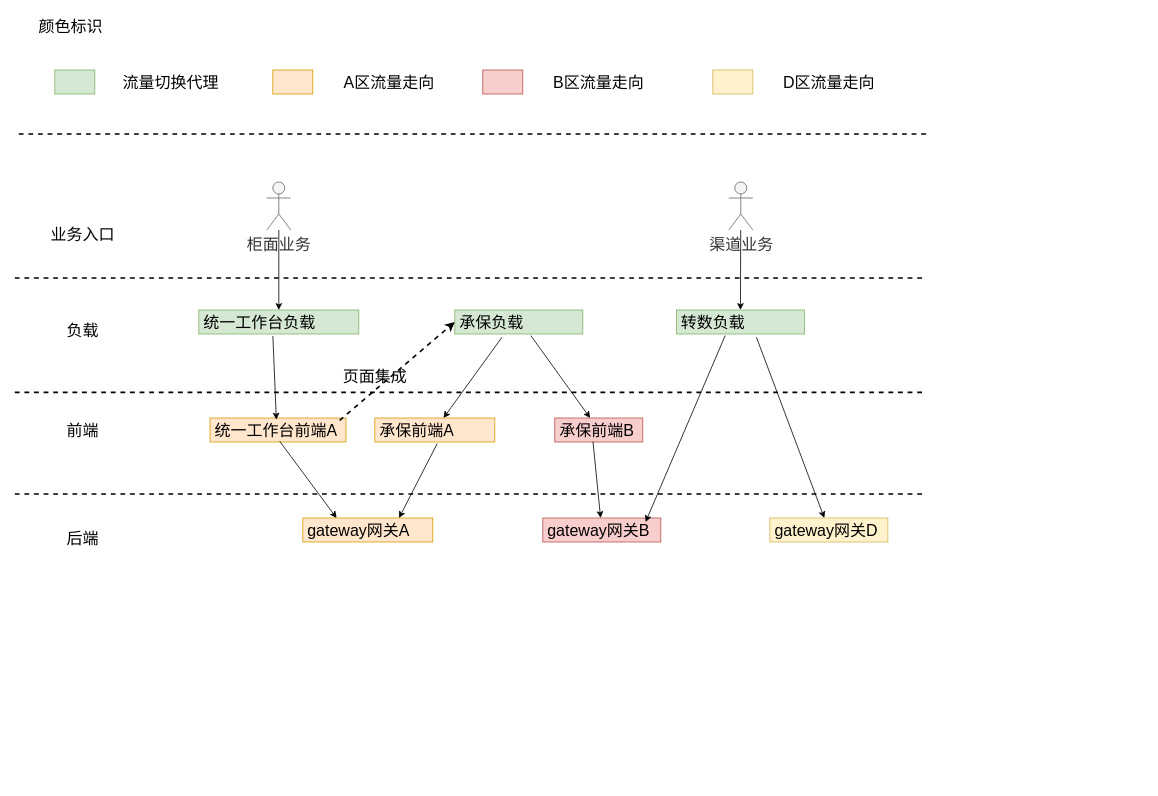
This is page "第 1 页" (1 of 6) of 网关代理架构图.drawio from java-zengguang/images, a draw.io file, before an edit. Source tidied: cells renumbered, new cells numbered last; positions are measured from the earlier drawing's top-left corner, leaving out a move shared by most shapes. Both pictures are drawn from the tidied source at 80%, with x=0, y=0 at pixel (14, 14).
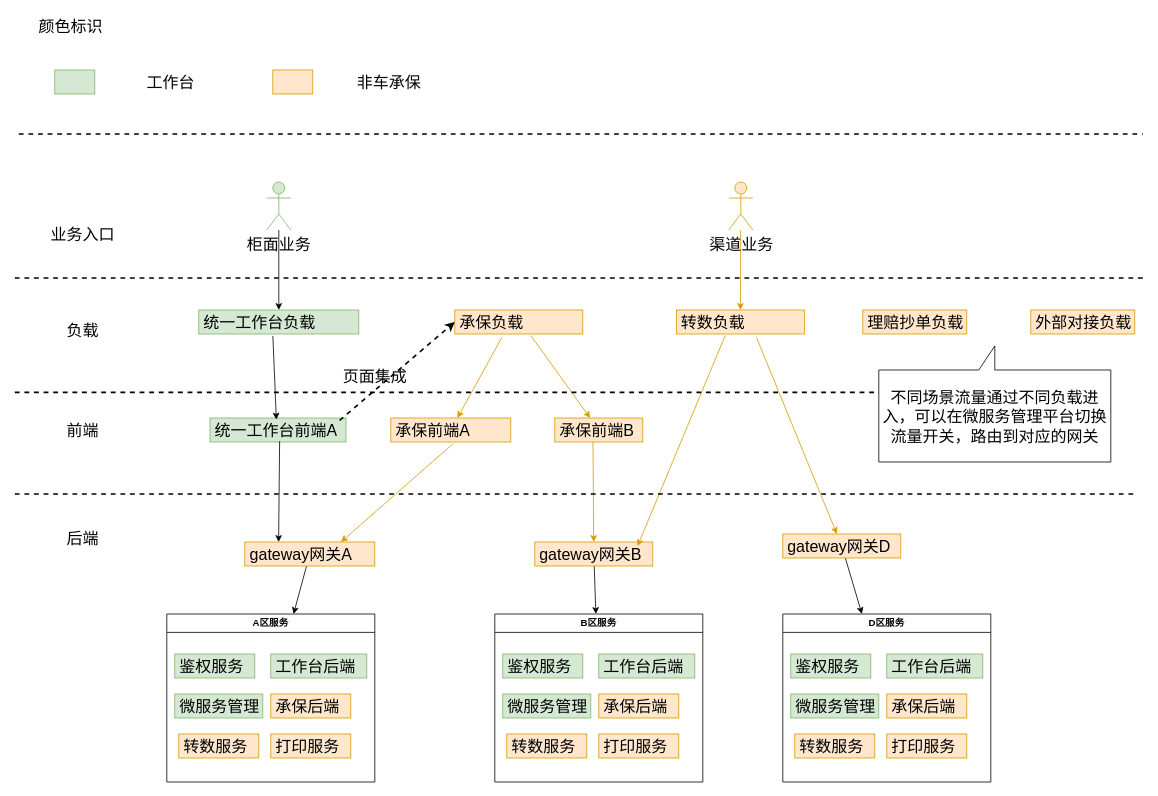
The same diagram, later.

Commit message:
更新网关代理架构图.drawio

The edit, as a diff of the source:
```diff
@@
-    <mxCell id="3" value="&lt;font style=&quot;font-size: 20px;&quot;&gt;统一工作台前端A&lt;/font&gt;" style="text;strokeColor=#d79b00;fillColor=#ffe6cc;align=left;verticalAlign=middle;spacingLeft=4;spacingRight=4;overflow=hidden;points=[[0,0.5],[1,0.5]];portConstraint=eastwest;whiteSpace=wrap;html=1;" parent="1" vertex="1">
+    <mxCell id="3" value="&lt;font style=&quot;font-size: 20px;&quot;&gt;统一工作台前端A&lt;/font&gt;" style="text;strokeColor=#82b366;fillColor=#d5e8d4;align=left;verticalAlign=middle;spacingLeft=4;spacingRight=4;overflow=hidden;points=[[0,0.5],[1,0.5]];portConstraint=eastwest;whiteSpace=wrap;html=1;" parent="1" vertex="1">
       <mxGeometry x="244" y="505" width="170" height="30" as="geometry" />
     </mxCell>
@@
-    <mxCell id="5" value="&lt;font style=&quot;font-size: 20px;&quot;&gt;承保负载&lt;/font&gt;" style="text;strokeColor=#82b366;fillColor=#d5e8d4;align=left;verticalAlign=middle;spacingLeft=4;spacingRight=4;overflow=hidden;points=[[0,0.5],[1,0.5]];portConstraint=eastwest;whiteSpace=wrap;html=1;" parent="1" vertex="1">
+    <mxCell id="5" value="&lt;font style=&quot;font-size: 20px;&quot;&gt;承保负载&lt;/font&gt;" style="text;strokeColor=#d79b00;fillColor=#ffe6cc;align=left;verticalAlign=middle;spacingLeft=4;spacingRight=4;overflow=hidden;points=[[0,0.5],[1,0.5]];portConstraint=eastwest;whiteSpace=wrap;html=1;" parent="1" vertex="1">
       <mxGeometry x="550" y="370" width="160" height="30" as="geometry" />
     </mxCell>
     <mxCell id="6" value="&lt;font style=&quot;font-size: 20px;&quot;&gt;承保前端A&lt;/font&gt;" style="text;strokeColor=#d79b00;fillColor=#ffe6cc;align=left;verticalAlign=middle;spacingLeft=4;spacingRight=4;overflow=hidden;points=[[0,0.5],[1,0.5]];portConstraint=eastwest;whiteSpace=wrap;html=1;" parent="1" vertex="1">
-      <mxGeometry x="450" y="505" width="150" height="30" as="geometry" />
+      <mxGeometry x="470" y="505" width="150" height="30" as="geometry" />
     </mxCell>
-    <mxCell id="7" value="&lt;font style=&quot;font-size: 20px;&quot;&gt;承保前端B&lt;/font&gt;" style="text;strokeColor=#b85450;fillColor=#f8cecc;align=left;verticalAlign=middle;spacingLeft=4;spacingRight=4;overflow=hidden;points=[[0,0.5],[1,0.5]];portConstraint=eastwest;whiteSpace=wrap;html=1;" parent="1" vertex="1">
+    <mxCell id="7" value="&lt;font style=&quot;font-size: 20px;&quot;&gt;承保前端B&lt;/font&gt;" style="text;strokeColor=#d79b00;fillColor=#ffe6cc;align=left;verticalAlign=middle;spacingLeft=4;spacingRight=4;overflow=hidden;points=[[0,0.5],[1,0.5]];portConstraint=eastwest;whiteSpace=wrap;html=1;" parent="1" vertex="1">
       <mxGeometry x="675" y="505" width="110" height="30" as="geometry" />
     </mxCell>
+    <mxCell id="43" style="rounded=0;jettySize=auto;html=1;" parent="1" edge="1" source="8" target="46">
+      <mxGeometry relative="1" as="geometry" />
+    </mxCell>
     <mxCell id="8" value="&lt;font style=&quot;font-size: 20px;&quot;&gt;gateway网关A&lt;/font&gt;" style="text;strokeColor=#d79b00;fillColor=#ffe6cc;align=left;verticalAlign=middle;spacingLeft=4;spacingRight=4;overflow=hidden;points=[[0,0.5],[1,0.5]];portConstraint=eastwest;whiteSpace=wrap;html=1;" parent="1" vertex="1">
-      <mxGeometry x="360" y="630" width="162.5" height="30" as="geometry" />
+      <mxGeometry x="287.5" y="660" width="162.5" height="30" as="geometry" />
     </mxCell>
+    <mxCell id="44" style="rounded=0;jettySize=auto;html=1;" parent="1" edge="1" source="9" target="53">
+      <mxGeometry relative="1" as="geometry" />
+    </mxCell>
-    <mxCell id="9" value="&lt;font style=&quot;font-size: 20px;&quot;&gt;gateway网关B&lt;/font&gt;" style="text;strokeColor=#b85450;fillColor=#f8cecc;align=left;verticalAlign=middle;spacingLeft=4;spacingRight=4;overflow=hidden;points=[[0,0.5],[1,0.5]];portConstraint=eastwest;whiteSpace=wrap;html=1;" parent="1" vertex="1">
-      <mxGeometry x="660" y="630" width="147.5" height="30" as="geometry" />
+    <mxCell id="9" value="&lt;font style=&quot;font-size: 20px;&quot;&gt;gateway网关B&lt;/font&gt;" style="text;strokeColor=#d79b00;fillColor=#ffe6cc;align=left;verticalAlign=middle;spacingLeft=4;spacingRight=4;overflow=hidden;points=[[0,0.5],[1,0.5]];portConstraint=eastwest;whiteSpace=wrap;html=1;" parent="1" vertex="1">
+      <mxGeometry x="650" y="660" width="147.5" height="30" as="geometry" />
     </mxCell>
@@
-    <mxCell id="11" style="endArrow=classic;html=1;rounded=0;entryX=0.74;entryY=0;entryDx=0;entryDy=0;entryPerimeter=0;exitX=0.52;exitY=1.067;exitDx=0;exitDy=0;exitPerimeter=0;" parent="1" edge="1" source="6" target="8">
+    <mxCell id="11" style="endArrow=classic;html=1;rounded=0;entryX=0.74;entryY=0;entryDx=0;entryDy=0;entryPerimeter=0;exitX=0.52;exitY=1.067;exitDx=0;exitDy=0;exitPerimeter=0;fillColor=#ffe6cc;strokeColor=#d79b00;" parent="1" edge="1" source="6" target="8">
       <mxGeometry relative="1" as="geometry" />
     </mxCell>
-    <mxCell id="12" style="endArrow=classic;html=1;rounded=0;exitX=0.434;exitY=0.982;exitDx=0;exitDy=0;exitPerimeter=0;" parent="1" edge="1" source="7" target="9">
+    <mxCell id="12" style="endArrow=classic;html=1;rounded=0;exitX=0.434;exitY=0.982;exitDx=0;exitDy=0;exitPerimeter=0;fillColor=#ffe6cc;strokeColor=#d79b00;" parent="1" edge="1" source="7" target="9">
       <mxGeometry relative="1" as="geometry" />
     </mxCell>
@@
-    <mxCell id="14" value="&lt;font style=&quot;font-size: 20px;&quot;&gt;流量切换代理&lt;/font&gt;" style="text;html=1;align=center;verticalAlign=middle;whiteSpace=wrap;rounded=0;" parent="1" vertex="1">
+    <mxCell id="14" value="&lt;font style=&quot;font-size: 20px;&quot;&gt;工作台&lt;/font&gt;" style="text;html=1;align=center;verticalAlign=middle;whiteSpace=wrap;rounded=0;" parent="1" vertex="1">
       <mxGeometry x="125" y="70" width="140" height="30" as="geometry" />
     </mxCell>
-    <mxCell id="15" style="rounded=0;whiteSpace=wrap;html=1;fillColor=#f8cecc;strokeColor=#b85450;" parent="1" vertex="1">
-      <mxGeometry x="585" y="70" width="50" height="30" as="geometry" />
-    </mxCell>
-    <mxCell id="16" value="&lt;font style=&quot;font-size: 20px;&quot;&gt;B区流量走向&lt;/font&gt;" style="text;html=1;align=center;verticalAlign=middle;whiteSpace=wrap;rounded=0;" parent="1" vertex="1">
-      <mxGeometry x="660" y="70" width="140" height="30" as="geometry" />
-    </mxCell>
@@
-    <mxCell id="18" value="&lt;font style=&quot;font-size: 20px;&quot;&gt;A区流量走向&lt;/font&gt;" style="text;html=1;align=center;verticalAlign=middle;whiteSpace=wrap;rounded=0;" parent="1" vertex="1">
+    <mxCell id="18" value="&lt;font style=&quot;font-size: 20px;&quot;&gt;非车承保&lt;/font&gt;" style="text;html=1;align=center;verticalAlign=middle;whiteSpace=wrap;rounded=0;" parent="1" vertex="1">
       <mxGeometry x="397.5" y="70" width="140" height="30" as="geometry" />
     </mxCell>
     <mxCell id="19" style="endArrow=none;dashed=1;html=1;rounded=0;strokeWidth=2;" parent="1" edge="1">
       <mxGeometry relative="1" as="geometry">
         <mxPoint x="5" y="150" as="sourcePoint" />
-        <mxPoint x="1140" y="150" as="targetPoint" />
+        <mxPoint x="1410" y="150" as="targetPoint" />
       </mxGeometry>
     </mxCell>
@@
-    <mxCell id="21" value="&lt;span style=&quot;font-size: 20px;&quot;&gt;转数负载&lt;/span&gt;" style="text;strokeColor=#82b366;fillColor=#d5e8d4;align=left;verticalAlign=middle;spacingLeft=4;spacingRight=4;overflow=hidden;points=[[0,0.5],[1,0.5]];portConstraint=eastwest;whiteSpace=wrap;html=1;" parent="1" vertex="1">
+    <mxCell id="21" value="&lt;span style=&quot;font-size: 20px;&quot;&gt;转数负载&lt;/span&gt;" style="text;strokeColor=#d79b00;fillColor=#ffe6cc;align=left;verticalAlign=middle;spacingLeft=4;spacingRight=4;overflow=hidden;points=[[0,0.5],[1,0.5]];portConstraint=eastwest;whiteSpace=wrap;html=1;" parent="1" vertex="1">
       <mxGeometry x="827" y="370" width="160" height="30" as="geometry" />
     </mxCell>
+    <mxCell id="45" style="rounded=0;jettySize=auto;html=1;" parent="1" edge="1" source="22" target="60">
+      <mxGeometry relative="1" as="geometry" />
+    </mxCell>
-    <mxCell id="22" value="&lt;font style=&quot;font-size: 20px;&quot;&gt;gateway网关D&lt;/font&gt;" style="text;strokeColor=#d6b656;fillColor=#fff2cc;align=left;verticalAlign=middle;spacingLeft=4;spacingRight=4;overflow=hidden;points=[[0,0.5],[1,0.5]];portConstraint=eastwest;whiteSpace=wrap;html=1;" parent="1" vertex="1">
-      <mxGeometry x="943.8" y="630" width="147.5" height="30" as="geometry" />
+    <mxCell id="22" value="&lt;font style=&quot;font-size: 20px;&quot;&gt;gateway网关D&lt;/font&gt;" style="text;strokeColor=#d79b00;fillColor=#ffe6cc;align=left;verticalAlign=middle;spacingLeft=4;spacingRight=4;overflow=hidden;points=[[0,0.5],[1,0.5]];portConstraint=eastwest;whiteSpace=wrap;html=1;" parent="1" vertex="1">
+      <mxGeometry x="960" y="650" width="147.5" height="30" as="geometry" />
     </mxCell>
-    <mxCell id="23" style="endArrow=classic;html=1;rounded=0;exitX=0.369;exitY=1.133;exitDx=0;exitDy=0;exitPerimeter=0;" parent="1" edge="1" source="5" target="6">
+    <mxCell id="23" style="endArrow=classic;html=1;rounded=0;exitX=0.369;exitY=1.133;exitDx=0;exitDy=0;exitPerimeter=0;fillColor=#ffe6cc;strokeColor=#d79b00;" parent="1" edge="1" source="5" target="6">
       <mxGeometry relative="1" as="geometry" />
     </mxCell>
-    <mxCell id="24" style="endArrow=classic;html=1;rounded=0;exitX=0.594;exitY=1.067;exitDx=0;exitDy=0;exitPerimeter=0;" parent="1" edge="1" source="5" target="7">
+    <mxCell id="24" style="endArrow=classic;html=1;rounded=0;exitX=0.594;exitY=1.067;exitDx=0;exitDy=0;exitPerimeter=0;fillColor=#ffe6cc;strokeColor=#d79b00;" parent="1" edge="1" source="5" target="7">
       <mxGeometry relative="1" as="geometry" />
     </mxCell>
-    <mxCell id="25" style="endArrow=classic;html=1;rounded=0;exitX=0.381;exitY=1.067;exitDx=0;exitDy=0;exitPerimeter=0;entryX=0.871;entryY=0.167;entryDx=0;entryDy=0;entryPerimeter=0;" parent="1" edge="1" source="21" target="9">
+    <mxCell id="25" style="endArrow=classic;html=1;rounded=0;exitX=0.381;exitY=1.067;exitDx=0;exitDy=0;exitPerimeter=0;entryX=0.871;entryY=0.167;entryDx=0;entryDy=0;entryPerimeter=0;fillColor=#ffe6cc;strokeColor=#d79b00;" parent="1" edge="1" source="21" target="9">
       <mxGeometry relative="1" as="geometry" />
     </mxCell>
-    <mxCell id="26" style="endArrow=classic;html=1;rounded=0;exitX=0.625;exitY=1.133;exitDx=0;exitDy=0;exitPerimeter=0;" parent="1" edge="1" source="21" target="22">
+    <mxCell id="26" style="endArrow=classic;html=1;rounded=0;exitX=0.625;exitY=1.133;exitDx=0;exitDy=0;exitPerimeter=0;fillColor=#ffe6cc;strokeColor=#d79b00;" parent="1" edge="1" source="21" target="22">
       <mxGeometry relative="1" as="geometry" />
     </mxCell>
@@
-    <mxCell id="29" style="rounded=0;whiteSpace=wrap;html=1;fillColor=#fff2cc;strokeColor=#d6b656;" parent="1" vertex="1">
-      <mxGeometry x="872.5" y="70" width="50" height="30" as="geometry" />
-    </mxCell>
-    <mxCell id="30" value="&lt;font style=&quot;font-size: 20px;&quot;&gt;D区流量走向&lt;/font&gt;" style="text;html=1;align=center;verticalAlign=middle;whiteSpace=wrap;rounded=0;" parent="1" vertex="1">
-      <mxGeometry x="947.5" y="70" width="140" height="30" as="geometry" />
-    </mxCell>
@@
-    <mxCell id="33" value="&lt;font style=&quot;font-size: 20px;&quot;&gt;柜面业务&lt;/font&gt;" style="shape=umlActor;verticalLabelPosition=bottom;verticalAlign=top;html=1;outlineConnect=0;fillColor=#f5f5f5;fontColor=#333333;strokeColor=#666666;" parent="1" vertex="1">
+    <mxCell id="33" value="&lt;font style=&quot;font-size: 20px;&quot;&gt;柜面业务&lt;/font&gt;" style="shape=umlActor;verticalLabelPosition=bottom;verticalAlign=top;html=1;outlineConnect=0;fillColor=#d5e8d4;strokeColor=#82b366;" parent="1" vertex="1">
       <mxGeometry x="315" y="210" width="30" height="60" as="geometry" />
     </mxCell>
-    <mxCell id="34" style="rounded=0;jettySize=auto;html=1;" parent="1" edge="1" source="35" target="21">
+    <mxCell id="34" style="rounded=0;jettySize=auto;html=1;fillColor=#ffe6cc;strokeColor=#d79b00;" parent="1" edge="1" source="35" target="21">
       <mxGeometry relative="1" as="geometry" />
     </mxCell>
-    <mxCell id="35" value="&lt;font style=&quot;font-size: 20px;&quot;&gt;渠道业务&lt;/font&gt;" style="shape=umlActor;verticalLabelPosition=bottom;verticalAlign=top;html=1;outlineConnect=0;fillColor=#f5f5f5;fontColor=#333333;strokeColor=#666666;" parent="1" vertex="1">
+    <mxCell id="35" value="&lt;font style=&quot;font-size: 20px;&quot;&gt;渠道业务&lt;/font&gt;" style="shape=umlActor;verticalLabelPosition=bottom;verticalAlign=top;html=1;outlineConnect=0;fillColor=#ffe6cc;strokeColor=#d79b00;" parent="1" vertex="1">
       <mxGeometry x="892.5" y="210" width="30" height="60" as="geometry" />
     </mxCell>
     <mxCell id="36" style="endArrow=none;dashed=1;html=1;rounded=0;strokeWidth=2;" parent="1" edge="1">
       <mxGeometry relative="1" as="geometry">
         <mxPoint y="330" as="sourcePoint" />
-        <mxPoint x="1135" y="330" as="targetPoint" />
+        <mxPoint x="1410" y="330" as="targetPoint" />
       </mxGeometry>
     </mxCell>
@@
     <mxCell id="38" style="endArrow=none;dashed=1;html=1;rounded=0;strokeWidth=2;" parent="1" edge="1">
       <mxGeometry relative="1" as="geometry">
         <mxPoint y="600" as="sourcePoint" />
-        <mxPoint x="1135" y="600" as="targetPoint" />
+        <mxPoint x="1400" y="600" as="targetPoint" />
       </mxGeometry>
     </mxCell>
@@
+    <mxCell id="46" value="A区服务" style="swimlane;whiteSpace=wrap;html=1;" parent="1" vertex="1">
+      <mxGeometry x="190" y="750" width="260" height="210" as="geometry" />
+    </mxCell>
+    <mxCell id="47" value="&lt;font style=&quot;font-size: 20px;&quot;&gt;鉴权服务&lt;br&gt;&lt;/font&gt;" style="text;strokeColor=#82b366;fillColor=#d5e8d4;align=left;verticalAlign=middle;spacingLeft=4;spacingRight=4;overflow=hidden;whiteSpace=wrap;html=1;" parent="46" vertex="1">
+      <mxGeometry x="10" y="50" width="100" height="30" as="geometry" />
+    </mxCell>
+    <mxCell id="48" value="&lt;font style=&quot;font-size: 20px;&quot;&gt;工作台后端&lt;/font&gt;" style="text;strokeColor=#82b366;fillColor=#d5e8d4;align=left;verticalAlign=middle;spacingLeft=4;spacingRight=4;overflow=hidden;whiteSpace=wrap;html=1;" parent="46" vertex="1">
+      <mxGeometry x="130" y="50" width="120" height="30" as="geometry" />
+    </mxCell>
+    <mxCell id="49" value="&lt;font style=&quot;font-size: 20px;&quot;&gt;微服务管理&lt;br&gt;&lt;/font&gt;" style="text;strokeColor=#82b366;fillColor=#d5e8d4;align=left;verticalAlign=middle;spacingLeft=4;spacingRight=4;overflow=hidden;whiteSpace=wrap;html=1;" parent="46" vertex="1">
+      <mxGeometry x="10" y="100" width="110" height="30" as="geometry" />
+    </mxCell>
+    <mxCell id="50" value="&lt;font style=&quot;font-size: 20px;&quot;&gt;承保后端&lt;/font&gt;" style="text;strokeColor=#d79b00;fillColor=#ffe6cc;align=left;verticalAlign=middle;spacingLeft=4;spacingRight=4;overflow=hidden;whiteSpace=wrap;html=1;" parent="46" vertex="1">
+      <mxGeometry x="130" y="100" width="100" height="30" as="geometry" />
+    </mxCell>
+    <mxCell id="51" value="&lt;font style=&quot;font-size: 20px;&quot;&gt;转数服务&lt;br&gt;&lt;/font&gt;" style="text;strokeColor=#d79b00;fillColor=#ffe6cc;align=left;verticalAlign=middle;spacingLeft=4;spacingRight=4;overflow=hidden;whiteSpace=wrap;html=1;" parent="46" vertex="1">
+      <mxGeometry x="15" y="150" width="100" height="30" as="geometry" />
+    </mxCell>
+    <mxCell id="52" value="&lt;font style=&quot;font-size: 20px;&quot;&gt;打印服务&lt;/font&gt;" style="text;strokeColor=#d79b00;fillColor=#ffe6cc;align=left;verticalAlign=middle;spacingLeft=4;spacingRight=4;overflow=hidden;whiteSpace=wrap;html=1;" parent="46" vertex="1">
+      <mxGeometry x="130" y="150" width="100" height="30" as="geometry" />
+    </mxCell>
+    <mxCell id="53" value="B区服务" style="swimlane;whiteSpace=wrap;html=1;" parent="1" vertex="1">
+      <mxGeometry x="600" y="750" width="260" height="210" as="geometry" />
+    </mxCell>
+    <mxCell id="54" value="&lt;font style=&quot;font-size: 20px;&quot;&gt;鉴权服务&lt;br&gt;&lt;/font&gt;" style="text;strokeColor=#82b366;fillColor=#d5e8d4;align=left;verticalAlign=middle;spacingLeft=4;spacingRight=4;overflow=hidden;whiteSpace=wrap;html=1;" parent="53" vertex="1">
+      <mxGeometry x="10" y="50" width="100" height="30" as="geometry" />
+    </mxCell>
+    <mxCell id="55" value="&lt;font style=&quot;font-size: 20px;&quot;&gt;工作台后端&lt;/font&gt;" style="text;strokeColor=#82b366;fillColor=#d5e8d4;align=left;verticalAlign=middle;spacingLeft=4;spacingRight=4;overflow=hidden;whiteSpace=wrap;html=1;" parent="53" vertex="1">
+      <mxGeometry x="130" y="50" width="120" height="30" as="geometry" />
+    </mxCell>
+    <mxCell id="56" value="&lt;font style=&quot;font-size: 20px;&quot;&gt;微服务管理&lt;br&gt;&lt;/font&gt;" style="text;strokeColor=#82b366;fillColor=#d5e8d4;align=left;verticalAlign=middle;spacingLeft=4;spacingRight=4;overflow=hidden;whiteSpace=wrap;html=1;" parent="53" vertex="1">
+      <mxGeometry x="10" y="100" width="110" height="30" as="geometry" />
+    </mxCell>
+    <mxCell id="57" value="&lt;font style=&quot;font-size: 20px;&quot;&gt;承保后端&lt;/font&gt;" style="text;strokeColor=#d79b00;fillColor=#ffe6cc;align=left;verticalAlign=middle;spacingLeft=4;spacingRight=4;overflow=hidden;whiteSpace=wrap;html=1;" parent="53" vertex="1">
+      <mxGeometry x="130" y="100" width="100" height="30" as="geometry" />
+    </mxCell>
+    <mxCell id="58" value="&lt;font style=&quot;font-size: 20px;&quot;&gt;转数服务&lt;br&gt;&lt;/font&gt;" style="text;strokeColor=#d79b00;fillColor=#ffe6cc;align=left;verticalAlign=middle;spacingLeft=4;spacingRight=4;overflow=hidden;whiteSpace=wrap;html=1;" parent="53" vertex="1">
+      <mxGeometry x="15" y="150" width="100" height="30" as="geometry" />
+    </mxCell>
+    <mxCell id="59" value="&lt;font style=&quot;font-size: 20px;&quot;&gt;打印服务&lt;/font&gt;" style="text;strokeColor=#d79b00;fillColor=#ffe6cc;align=left;verticalAlign=middle;spacingLeft=4;spacingRight=4;overflow=hidden;whiteSpace=wrap;html=1;" parent="53" vertex="1">
+      <mxGeometry x="130" y="150" width="100" height="30" as="geometry" />
+    </mxCell>
+    <mxCell id="60" value="D区服务" style="swimlane;whiteSpace=wrap;html=1;" parent="1" vertex="1">
+      <mxGeometry x="960" y="750" width="260" height="210" as="geometry" />
+    </mxCell>
+    <mxCell id="61" value="&lt;font style=&quot;font-size: 20px;&quot;&gt;鉴权服务&lt;br&gt;&lt;/font&gt;" style="text;strokeColor=#82b366;fillColor=#d5e8d4;align=left;verticalAlign=middle;spacingLeft=4;spacingRight=4;overflow=hidden;whiteSpace=wrap;html=1;" parent="60" vertex="1">
+      <mxGeometry x="10" y="50" width="100" height="30" as="geometry" />
+    </mxCell>
+    <mxCell id="62" value="&lt;font style=&quot;font-size: 20px;&quot;&gt;工作台后端&lt;/font&gt;" style="text;strokeColor=#82b366;fillColor=#d5e8d4;align=left;verticalAlign=middle;spacingLeft=4;spacingRight=4;overflow=hidden;whiteSpace=wrap;html=1;" parent="60" vertex="1">
+      <mxGeometry x="130" y="50" width="120" height="30" as="geometry" />
+    </mxCell>
+    <mxCell id="63" value="&lt;font style=&quot;font-size: 20px;&quot;&gt;微服务管理&lt;br&gt;&lt;/font&gt;" style="text;strokeColor=#82b366;fillColor=#d5e8d4;align=left;verticalAlign=middle;spacingLeft=4;spacingRight=4;overflow=hidden;whiteSpace=wrap;html=1;" parent="60" vertex="1">
+      <mxGeometry x="10" y="100" width="110" height="30" as="geometry" />
+    </mxCell>
+    <mxCell id="64" value="&lt;font style=&quot;font-size: 20px;&quot;&gt;承保后端&lt;/font&gt;" style="text;strokeColor=#d79b00;fillColor=#ffe6cc;align=left;verticalAlign=middle;spacingLeft=4;spacingRight=4;overflow=hidden;whiteSpace=wrap;html=1;" parent="60" vertex="1">
+      <mxGeometry x="130" y="100" width="100" height="30" as="geometry" />
+    </mxCell>
+    <mxCell id="65" value="&lt;font style=&quot;font-size: 20px;&quot;&gt;转数服务&lt;br&gt;&lt;/font&gt;" style="text;strokeColor=#d79b00;fillColor=#ffe6cc;align=left;verticalAlign=middle;spacingLeft=4;spacingRight=4;overflow=hidden;whiteSpace=wrap;html=1;" parent="60" vertex="1">
+      <mxGeometry x="15" y="150" width="100" height="30" as="geometry" />
+    </mxCell>
+    <mxCell id="66" value="&lt;font style=&quot;font-size: 20px;&quot;&gt;打印服务&lt;/font&gt;" style="text;strokeColor=#d79b00;fillColor=#ffe6cc;align=left;verticalAlign=middle;spacingLeft=4;spacingRight=4;overflow=hidden;whiteSpace=wrap;html=1;" parent="60" vertex="1">
+      <mxGeometry x="130" y="150" width="100" height="30" as="geometry" />
+    </mxCell>
+    <mxCell id="67" value="&lt;font style=&quot;font-size: 20px;&quot;&gt;理赔抄单负载&lt;/font&gt;" style="text;strokeColor=#d79b00;fillColor=#ffe6cc;align=left;verticalAlign=middle;spacingLeft=4;spacingRight=4;overflow=hidden;whiteSpace=wrap;html=1;" parent="1" vertex="1">
+      <mxGeometry x="1060" y="370" width="130" height="30" as="geometry" />
+    </mxCell>
+    <mxCell id="68" value="&lt;font style=&quot;font-size: 20px;&quot;&gt;外部对接负载&lt;/font&gt;" style="text;strokeColor=#d79b00;fillColor=#ffe6cc;align=left;verticalAlign=middle;spacingLeft=4;spacingRight=4;overflow=hidden;whiteSpace=wrap;html=1;" parent="1" vertex="1">
+      <mxGeometry x="1270" y="370" width="130" height="30" as="geometry" />
+    </mxCell>
+    <mxCell id="69" value="&lt;font style=&quot;font-size: 20px;&quot;&gt;不同场景流量通过不同负载进入，可以在微服务管理平台切换流量开关，路由到对应的网关&lt;br&gt;&lt;/font&gt;" style="shape=callout;whiteSpace=wrap;html=1;perimeter=calloutPerimeter;direction=west;" parent="1" vertex="1">
+      <mxGeometry x="1080" y="415" width="290" height="145" as="geometry" />
+    </mxCell>
```
